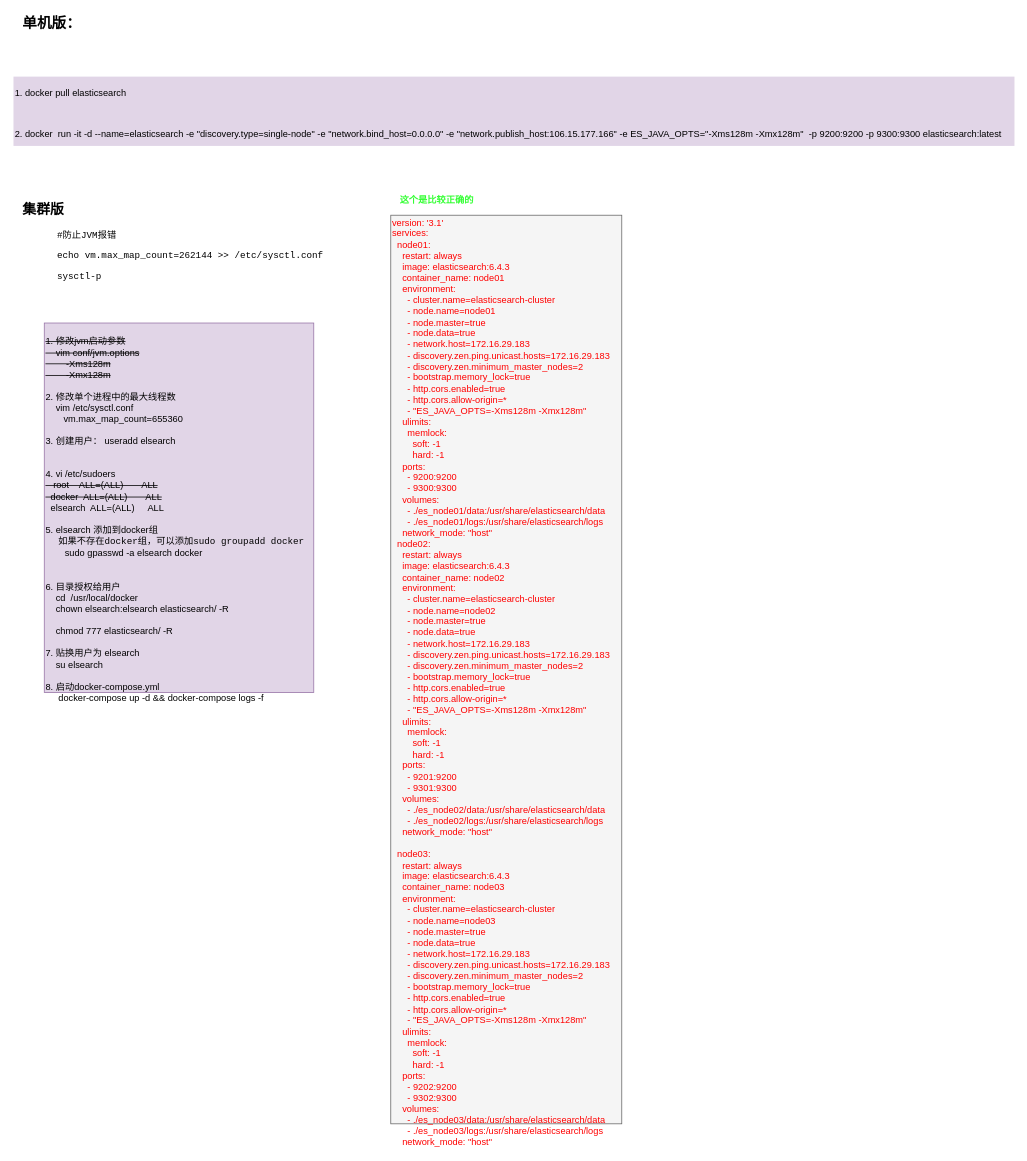
Earlier version of the draw.io diagram page "ELK" (3 of 5) of CI/CI/CDdrawio.drawio (liudongdong0909/draw). Source tidied: cells renumbered, new cells numbered last; positions are measured from the earlier drawing's top-left corner, leaving out a move shared by most shapes. Both pictures are drawn from the tidied source at 77%, with x=0, y=0 at pixel (13, 13).
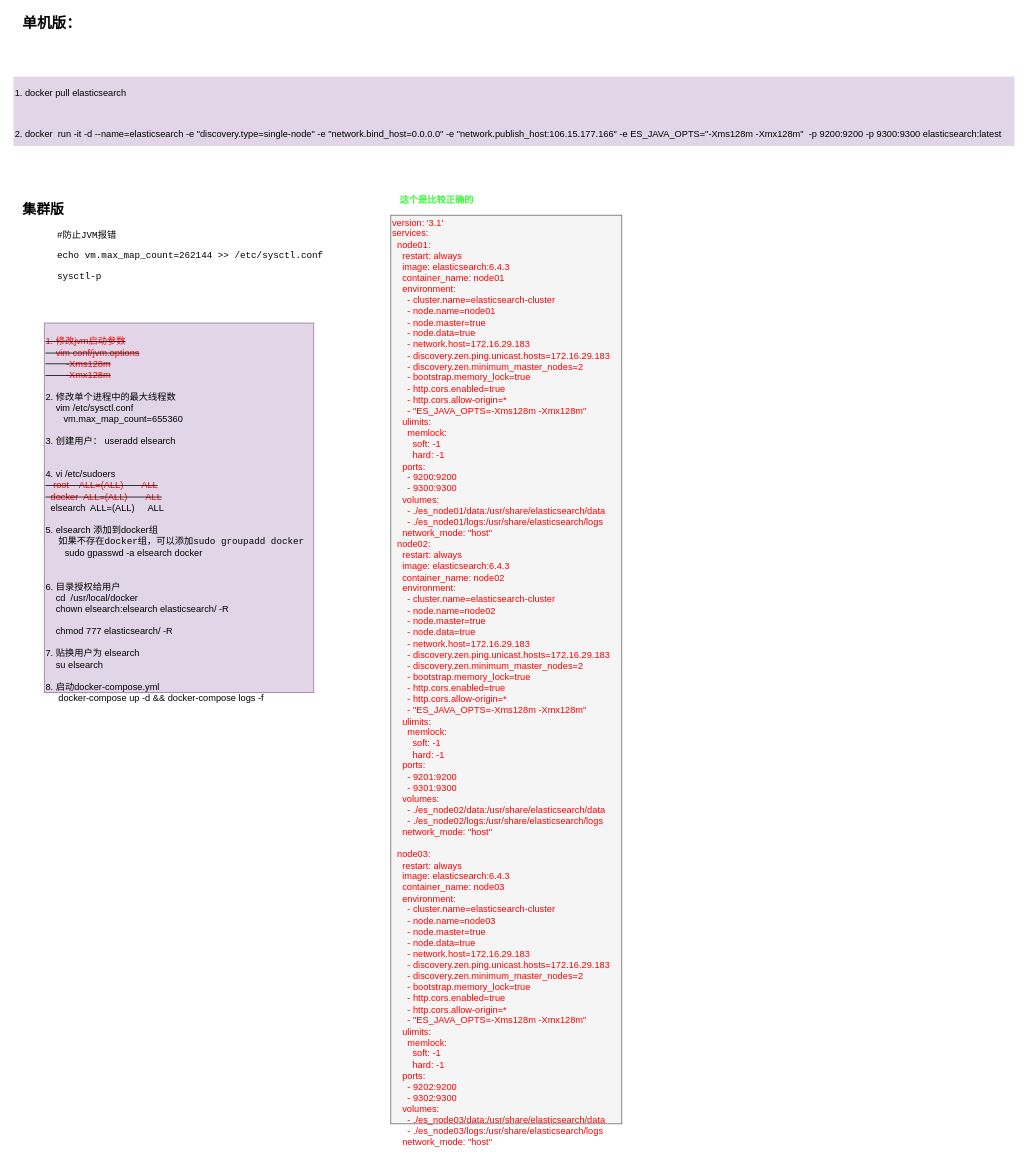
The same page after the edit.

What changed in the source:
```diff
@@
 <mxGraphModel>
   <root>
     <mxCell id="0" />
     <mxCell id="1" parent="0" />
     <mxCell id="2" value="&lt;b&gt;&lt;font style=&quot;font-size: 19px&quot;&gt;单机版：&lt;/font&gt;&lt;/b&gt;" style="text;html=1;align=left;verticalAlign=top;spacingTop=-4;" parent="1" vertex="1">
       <mxGeometry x="10" width="90" height="20" as="geometry" />
     </mxCell>
     <mxCell id="3" value="&lt;div title=&quot;Page 6&quot;&gt;&lt;p&gt;&lt;span&gt;&lt;font&gt;1. docker pull elasticsearch&lt;/font&gt;&lt;/span&gt;&lt;/p&gt;&lt;p&gt;&lt;span&gt;&lt;font&gt;&lt;br&gt;&lt;/font&gt;&lt;/span&gt;&lt;/p&gt;&lt;p&gt;&lt;font&gt;&lt;span&gt;2.&amp;nbsp;&lt;/span&gt;&lt;/font&gt;&lt;span&gt;docker&amp;nbsp; run -it -d --name=elasticsearch -e &quot;discovery.type=single-node&quot; -e &quot;network.bind_host=0.0.0.0&quot; -e &quot;network.publish_host:106.15.177.166&quot; -e&amp;nbsp;&lt;/span&gt;&lt;span&gt;ES_JAVA_OPTS=&lt;/span&gt;&lt;span&gt;&quot;-Xms128m -Xmx128m&quot;&lt;/span&gt;&lt;span&gt;&amp;nbsp;&amp;nbsp;-p 9200:9200 -p 9300:9300 elasticsearch:latest&lt;/span&gt;&lt;/p&gt;&lt;/div&gt;" style="text;html=1;align=left;verticalAlign=top;spacingTop=-4;strokeColor=none;fillColor=#E1D5E7;fontColor=#000000;" parent="1" vertex="1">
       <mxGeometry y="82" width="1300" height="90" as="geometry" />
     </mxCell>
     <mxCell id="4" value="&lt;b&gt;&lt;font style=&quot;font-size: 18px&quot;&gt;集群版&lt;/font&gt;&lt;/b&gt;" style="text;html=1;align=left;verticalAlign=top;spacingTop=-4;fontColor=#000000;" parent="1" vertex="1">
       <mxGeometry x="10" y="242" width="70" height="20" as="geometry" />
     </mxCell>
     <mxCell id="5" value="&lt;pre&gt;&lt;code&gt;&lt;span&gt;#防止JVM报错&lt;/span&gt;&lt;/code&gt;&lt;/pre&gt;&lt;pre&gt;&lt;code&gt;&lt;span&gt;echo &lt;/span&gt;&lt;span&gt;vm.max_map_count=262144 &amp;gt;&amp;gt; /etc/sysctl.conf&lt;/span&gt;&lt;/code&gt;&lt;/pre&gt;&lt;pre&gt;&lt;code&gt;&lt;span&gt;sysctl&lt;/span&gt;&lt;span&gt;-p&lt;/span&gt;&lt;/code&gt;&lt;/pre&gt;" style="text;html=1;align=left;verticalAlign=top;spacingTop=-4;fontColor=#000000;" parent="1" vertex="1">
       <mxGeometry x="55" y="267" width="360" height="90" as="geometry" />
     </mxCell>
     <mxCell id="6" value="&lt;div&gt;&lt;font color=&quot;#ff0000&quot;&gt;version: '3.1'&lt;/font&gt;&lt;/div&gt;&lt;div&gt;&lt;font color=&quot;#ff0000&quot;&gt;services:&lt;/font&gt;&lt;/div&gt;&lt;div&gt;&lt;font color=&quot;#ff0000&quot;&gt;&amp;nbsp; node01:&lt;/font&gt;&lt;/div&gt;&lt;div&gt;&lt;font color=&quot;#ff0000&quot;&gt;&amp;nbsp; &amp;nbsp; restart: always&lt;/font&gt;&lt;/div&gt;&lt;div&gt;&lt;font color=&quot;#ff0000&quot;&gt;&amp;nbsp; &amp;nbsp; image: elasticsearch:6.4.3&lt;/font&gt;&lt;/div&gt;&lt;div&gt;&lt;font color=&quot;#ff0000&quot;&gt;&amp;nbsp; &amp;nbsp; container_name: node01&lt;/font&gt;&lt;/div&gt;&lt;div&gt;&lt;font color=&quot;#ff0000&quot;&gt;&amp;nbsp; &amp;nbsp; environment:&lt;/font&gt;&lt;/div&gt;&lt;div&gt;&lt;font color=&quot;#ff0000&quot;&gt;&amp;nbsp; &amp;nbsp; &amp;nbsp; - cluster.name=elasticsearch-cluster&lt;/font&gt;&lt;/div&gt;&lt;div&gt;&lt;font color=&quot;#ff0000&quot;&gt;&amp;nbsp; &amp;nbsp; &amp;nbsp; - node.name=node01&lt;/font&gt;&lt;/div&gt;&lt;div&gt;&lt;font color=&quot;#ff0000&quot;&gt;&amp;nbsp; &amp;nbsp; &amp;nbsp; - node.master=true&lt;/font&gt;&lt;/div&gt;&lt;div&gt;&lt;font color=&quot;#ff0000&quot;&gt;&amp;nbsp; &amp;nbsp; &amp;nbsp; - node.data=true&lt;/font&gt;&lt;/div&gt;&lt;div&gt;&lt;font color=&quot;#ff0000&quot;&gt;&amp;nbsp; &amp;nbsp; &amp;nbsp; - network.host=172.16.29.183&lt;/font&gt;&lt;/div&gt;&lt;div&gt;&lt;font color=&quot;#ff0000&quot;&gt;&amp;nbsp; &amp;nbsp; &amp;nbsp; - discovery.zen.ping.unicast.hosts=172.16.29.183&lt;/font&gt;&lt;/div&gt;&lt;div&gt;&lt;font color=&quot;#ff0000&quot;&gt;&amp;nbsp; &amp;nbsp; &amp;nbsp; - discovery.zen.minimum_master_nodes=2&lt;/font&gt;&lt;/div&gt;&lt;div&gt;&lt;font color=&quot;#ff0000&quot;&gt;&amp;nbsp; &amp;nbsp; &amp;nbsp; - bootstrap.memory_lock=true&lt;/font&gt;&lt;/div&gt;&lt;div&gt;&lt;font color=&quot;#ff0000&quot;&gt;&amp;nbsp; &amp;nbsp; &amp;nbsp; - http.cors.enabled=true&lt;/font&gt;&lt;/div&gt;&lt;div&gt;&lt;font color=&quot;#ff0000&quot;&gt;&amp;nbsp; &amp;nbsp; &amp;nbsp; - http.cors.allow-origin=*&lt;/font&gt;&lt;/div&gt;&lt;div&gt;&lt;font color=&quot;#ff0000&quot;&gt;&amp;nbsp; &amp;nbsp; &amp;nbsp; - &quot;ES_JAVA_OPTS=-Xms128m -Xmx128m&quot;&lt;/font&gt;&lt;/div&gt;&lt;div&gt;&lt;font color=&quot;#ff0000&quot;&gt;&amp;nbsp; &amp;nbsp; ulimits:&lt;/font&gt;&lt;/div&gt;&lt;div&gt;&lt;font color=&quot;#ff0000&quot;&gt;&amp;nbsp; &amp;nbsp; &amp;nbsp; memlock:&lt;/font&gt;&lt;/div&gt;&lt;div&gt;&lt;font color=&quot;#ff0000&quot;&gt;&amp;nbsp; &amp;nbsp; &amp;nbsp; &amp;nbsp; soft: -1&lt;/font&gt;&lt;/div&gt;&lt;div&gt;&lt;font color=&quot;#ff0000&quot;&gt;&amp;nbsp; &amp;nbsp; &amp;nbsp; &amp;nbsp; hard: -1&lt;/font&gt;&lt;/div&gt;&lt;div&gt;&lt;font color=&quot;#ff0000&quot;&gt;&amp;nbsp; &amp;nbsp; ports:&lt;/font&gt;&lt;/div&gt;&lt;div&gt;&lt;font color=&quot;#ff0000&quot;&gt;&amp;nbsp; &amp;nbsp; &amp;nbsp; - 9200:9200&lt;/font&gt;&lt;/div&gt;&lt;div&gt;&lt;font color=&quot;#ff0000&quot;&gt;&amp;nbsp; &amp;nbsp; &amp;nbsp; - 9300:9300&lt;/font&gt;&lt;/div&gt;&lt;div&gt;&lt;font color=&quot;#ff0000&quot;&gt;&amp;nbsp; &amp;nbsp; volumes:&lt;/font&gt;&lt;/div&gt;&lt;div&gt;&lt;font color=&quot;#ff0000&quot;&gt;&amp;nbsp; &amp;nbsp; &amp;nbsp; - ./es_node01/data:/usr/share/elasticsearch/data&lt;/font&gt;&lt;/div&gt;&lt;div&gt;&lt;font color=&quot;#ff0000&quot;&gt;&amp;nbsp; &amp;nbsp; &amp;nbsp; - ./es_node01/logs:/usr/share/elasticsearch/logs&amp;nbsp; &amp;nbsp;&amp;nbsp;&lt;/font&gt;&lt;/div&gt;&lt;div&gt;&lt;font color=&quot;#ff0000&quot;&gt;&amp;nbsp; &amp;nbsp; network_mode: &quot;host&quot;&lt;/font&gt;&lt;/div&gt;&lt;div&gt;&lt;font color=&quot;#ff0000&quot;&gt;&amp;nbsp; node02:&lt;/font&gt;&lt;/div&gt;&lt;div&gt;&lt;font color=&quot;#ff0000&quot;&gt;&amp;nbsp; &amp;nbsp; restart: always&lt;/font&gt;&lt;/div&gt;&lt;div&gt;&lt;font color=&quot;#ff0000&quot;&gt;&amp;nbsp; &amp;nbsp; image: elasticsearch:6.4.3&lt;/font&gt;&lt;/div&gt;&lt;div&gt;&lt;font color=&quot;#ff0000&quot;&gt;&amp;nbsp; &amp;nbsp; container_name: node02&lt;/font&gt;&lt;/div&gt;&lt;div&gt;&lt;font color=&quot;#ff0000&quot;&gt;&amp;nbsp; &amp;nbsp; environment:&lt;/font&gt;&lt;/div&gt;&lt;div&gt;&lt;font color=&quot;#ff0000&quot;&gt;&amp;nbsp; &amp;nbsp; &amp;nbsp; - cluster.name=elasticsearch-cluster&lt;/font&gt;&lt;/div&gt;&lt;div&gt;&lt;font color=&quot;#ff0000&quot;&gt;&amp;nbsp; &amp;nbsp; &amp;nbsp; - node.name=node02&lt;/font&gt;&lt;/div&gt;&lt;div&gt;&lt;font color=&quot;#ff0000&quot;&gt;&amp;nbsp; &amp;nbsp; &amp;nbsp; - node.master=true&lt;/font&gt;&lt;/div&gt;&lt;div&gt;&lt;font color=&quot;#ff0000&quot;&gt;&amp;nbsp; &amp;nbsp; &amp;nbsp; - node.data=true&lt;/font&gt;&lt;/div&gt;&lt;div&gt;&lt;font color=&quot;#ff0000&quot;&gt;&amp;nbsp; &amp;nbsp; &amp;nbsp; - network.host=172.16.29.183&lt;/font&gt;&lt;/div&gt;&lt;div&gt;&lt;font color=&quot;#ff0000&quot;&gt;&amp;nbsp; &amp;nbsp; &amp;nbsp; - discovery.zen.ping.unicast.hosts=172.16.29.183&lt;/font&gt;&lt;/div&gt;&lt;div&gt;&lt;font color=&quot;#ff0000&quot;&gt;&amp;nbsp; &amp;nbsp; &amp;nbsp; - discovery.zen.minimum_master_nodes=2&lt;/font&gt;&lt;/div&gt;&lt;div&gt;&lt;font color=&quot;#ff0000&quot;&gt;&amp;nbsp; &amp;nbsp; &amp;nbsp; - bootstrap.memory_lock=true&lt;/font&gt;&lt;/div&gt;&lt;div&gt;&lt;font color=&quot;#ff0000&quot;&gt;&amp;nbsp; &amp;nbsp; &amp;nbsp; - http.cors.enabled=true&lt;/font&gt;&lt;/div&gt;&lt;div&gt;&lt;font color=&quot;#ff0000&quot;&gt;&amp;nbsp; &amp;nbsp; &amp;nbsp; - http.cors.allow-origin=*&lt;/font&gt;&lt;/div&gt;&lt;div&gt;&lt;font color=&quot;#ff0000&quot;&gt;&amp;nbsp; &amp;nbsp; &amp;nbsp; - &quot;ES_JAVA_OPTS=-Xms128m -Xmx128m&quot;&lt;/font&gt;&lt;/div&gt;&lt;div&gt;&lt;font color=&quot;#ff0000&quot;&gt;&amp;nbsp; &amp;nbsp; ulimits:&lt;/font&gt;&lt;/div&gt;&lt;div&gt;&lt;font color=&quot;#ff0000&quot;&gt;&amp;nbsp; &amp;nbsp; &amp;nbsp; memlock:&lt;/font&gt;&lt;/div&gt;&lt;div&gt;&lt;font color=&quot;#ff0000&quot;&gt;&amp;nbsp; &amp;nbsp; &amp;nbsp; &amp;nbsp; soft: -1&lt;/font&gt;&lt;/div&gt;&lt;div&gt;&lt;font color=&quot;#ff0000&quot;&gt;&amp;nbsp; &amp;nbsp; &amp;nbsp; &amp;nbsp; hard: -1&lt;/font&gt;&lt;/div&gt;&lt;div&gt;&lt;font color=&quot;#ff0000&quot;&gt;&amp;nbsp; &amp;nbsp; ports:&lt;/font&gt;&lt;/div&gt;&lt;div&gt;&lt;font color=&quot;#ff0000&quot;&gt;&amp;nbsp; &amp;nbsp; &amp;nbsp; - 9201:9200&lt;/font&gt;&lt;/div&gt;&lt;div&gt;&lt;font color=&quot;#ff0000&quot;&gt;&amp;nbsp; &amp;nbsp; &amp;nbsp; - 9301:9300&lt;/font&gt;&lt;/div&gt;&lt;div&gt;&lt;font color=&quot;#ff0000&quot;&gt;&amp;nbsp; &amp;nbsp; volumes:&lt;/font&gt;&lt;/div&gt;&lt;div&gt;&lt;font color=&quot;#ff0000&quot;&gt;&amp;nbsp; &amp;nbsp; &amp;nbsp; - ./es_node02/data:/usr/share/elasticsearch/data&lt;/font&gt;&lt;/div&gt;&lt;div&gt;&lt;font color=&quot;#ff0000&quot;&gt;&amp;nbsp; &amp;nbsp; &amp;nbsp; - ./es_node02/logs:/usr/share/elasticsearch/logs&amp;nbsp; &amp;nbsp;&amp;nbsp;&lt;/font&gt;&lt;/div&gt;&lt;div&gt;&lt;font color=&quot;#ff0000&quot;&gt;&amp;nbsp; &amp;nbsp; network_mode: &quot;host&quot;&lt;/font&gt;&lt;/div&gt;&lt;div&gt;&lt;font color=&quot;#ff0000&quot;&gt;&lt;br&gt;&lt;/font&gt;&lt;/div&gt;&lt;div&gt;&lt;font color=&quot;#ff0000&quot;&gt;&amp;nbsp; node03:&lt;/font&gt;&lt;/div&gt;&lt;div&gt;&lt;font color=&quot;#ff0000&quot;&gt;&amp;nbsp; &amp;nbsp; restart: always&lt;/font&gt;&lt;/div&gt;&lt;div&gt;&lt;font color=&quot;#ff0000&quot;&gt;&amp;nbsp; &amp;nbsp; image: elasticsearch:6.4.3&lt;/font&gt;&lt;/div&gt;&lt;div&gt;&lt;font color=&quot;#ff0000&quot;&gt;&amp;nbsp; &amp;nbsp; container_name: node03&lt;/font&gt;&lt;/div&gt;&lt;div&gt;&lt;font color=&quot;#ff0000&quot;&gt;&amp;nbsp; &amp;nbsp; environment:&lt;/font&gt;&lt;/div&gt;&lt;div&gt;&lt;font color=&quot;#ff0000&quot;&gt;&amp;nbsp; &amp;nbsp; &amp;nbsp; - cluster.name=elasticsearch-cluster&lt;/font&gt;&lt;/div&gt;&lt;div&gt;&lt;font color=&quot;#ff0000&quot;&gt;&amp;nbsp; &amp;nbsp; &amp;nbsp; - node.name=node03&lt;/font&gt;&lt;/div&gt;&lt;div&gt;&lt;font color=&quot;#ff0000&quot;&gt;&amp;nbsp; &amp;nbsp; &amp;nbsp; - node.master=true&lt;/font&gt;&lt;/div&gt;&lt;div&gt;&lt;font color=&quot;#ff0000&quot;&gt;&amp;nbsp; &amp;nbsp; &amp;nbsp; - node.data=true&lt;/font&gt;&lt;/div&gt;&lt;div&gt;&lt;font color=&quot;#ff0000&quot;&gt;&amp;nbsp; &amp;nbsp; &amp;nbsp; - network.host=172.16.29.183&lt;/font&gt;&lt;/div&gt;&lt;div&gt;&lt;font color=&quot;#ff0000&quot;&gt;&amp;nbsp; &amp;nbsp; &amp;nbsp; - discovery.zen.ping.unicast.hosts=172.16.29.183&lt;/font&gt;&lt;/div&gt;&lt;div&gt;&lt;font color=&quot;#ff0000&quot;&gt;&amp;nbsp; &amp;nbsp; &amp;nbsp; - discovery.zen.minimum_master_nodes=2&lt;/font&gt;&lt;/div&gt;&lt;div&gt;&lt;font color=&quot;#ff0000&quot;&gt;&amp;nbsp; &amp;nbsp; &amp;nbsp; - bootstrap.memory_lock=true&lt;/font&gt;&lt;/div&gt;&lt;div&gt;&lt;font color=&quot;#ff0000&quot;&gt;&amp;nbsp; &amp;nbsp; &amp;nbsp; - http.cors.enabled=true&lt;/font&gt;&lt;/div&gt;&lt;div&gt;&lt;font color=&quot;#ff0000&quot;&gt;&amp;nbsp; &amp;nbsp; &amp;nbsp; - http.cors.allow-origin=*&lt;/font&gt;&lt;/div&gt;&lt;div&gt;&lt;font color=&quot;#ff0000&quot;&gt;&amp;nbsp; &amp;nbsp; &amp;nbsp; - &quot;ES_JAVA_OPTS=-Xms128m -Xmx128m&quot;&lt;/font&gt;&lt;/div&gt;&lt;div&gt;&lt;font color=&quot;#ff0000&quot;&gt;&amp;nbsp; &amp;nbsp; ulimits:&lt;/font&gt;&lt;/div&gt;&lt;div&gt;&lt;font color=&quot;#ff0000&quot;&gt;&amp;nbsp; &amp;nbsp; &amp;nbsp; memlock:&lt;/font&gt;&lt;/div&gt;&lt;div&gt;&lt;font color=&quot;#ff0000&quot;&gt;&amp;nbsp; &amp;nbsp; &amp;nbsp; &amp;nbsp; soft: -1&lt;/font&gt;&lt;/div&gt;&lt;div&gt;&lt;font color=&quot;#ff0000&quot;&gt;&amp;nbsp; &amp;nbsp; &amp;nbsp; &amp;nbsp; hard: -1&lt;/font&gt;&lt;/div&gt;&lt;div&gt;&lt;font color=&quot;#ff0000&quot;&gt;&amp;nbsp; &amp;nbsp; ports:&lt;/font&gt;&lt;/div&gt;&lt;div&gt;&lt;font color=&quot;#ff0000&quot;&gt;&amp;nbsp; &amp;nbsp; &amp;nbsp; - 9202:9200&lt;/font&gt;&lt;/div&gt;&lt;div&gt;&lt;font color=&quot;#ff0000&quot;&gt;&amp;nbsp; &amp;nbsp; &amp;nbsp; - 9302:9300&lt;/font&gt;&lt;/div&gt;&lt;div&gt;&lt;font color=&quot;#ff0000&quot;&gt;&amp;nbsp; &amp;nbsp; volumes:&lt;/font&gt;&lt;/div&gt;&lt;div&gt;&lt;font color=&quot;#ff0000&quot;&gt;&amp;nbsp; &amp;nbsp; &amp;nbsp; - ./es_node03/data:/usr/share/elasticsearch/data&lt;/font&gt;&lt;/div&gt;&lt;div&gt;&lt;font color=&quot;#ff0000&quot;&gt;&amp;nbsp; &amp;nbsp; &amp;nbsp; - ./es_node03/logs:/usr/share/elasticsearch/logs&amp;nbsp; &amp;nbsp;&amp;nbsp;&lt;/font&gt;&lt;/div&gt;&lt;div&gt;&lt;font color=&quot;#ff0000&quot;&gt;&amp;nbsp; &amp;nbsp; network_mode: &quot;host&quot;&lt;/font&gt;&lt;/div&gt;" style="text;html=1;align=left;verticalAlign=top;spacingTop=-4;fillColor=#f5f5f5;strokeColor=#666666;fontColor=#333333;" parent="1" vertex="1">
       <mxGeometry x="490" y="262" width="300" height="1180" as="geometry" />
     </mxCell>
     <mxCell id="7" value="&lt;b&gt;&lt;font color=&quot;#33ff33&quot;&gt;这个是比较正确的&lt;/font&gt;&lt;/b&gt;" style="text;html=1;align=left;verticalAlign=top;spacingTop=-4;" parent="1" vertex="1">
       <mxGeometry x="500" y="232" width="110" height="20" as="geometry" />
     </mxCell>
-    <mxCell id="8" value="&lt;div&gt;&lt;br&gt;&lt;/div&gt;&lt;div&gt;&lt;strike&gt;1. 修改jvm启动参数&lt;/strike&gt;&lt;/div&gt;&lt;div&gt;&lt;strike&gt;&amp;nbsp; &amp;nbsp; vim conf/jvm.options&lt;/strike&gt;&lt;/div&gt;&lt;div&gt;&lt;strike&gt;&amp;nbsp; &amp;nbsp; &amp;nbsp; &amp;nbsp; -Xms128m&lt;/strike&gt;&lt;/div&gt;&lt;div&gt;&lt;strike&gt;&amp;nbsp; &amp;nbsp; &amp;nbsp; &amp;nbsp; -Xmx128m&lt;/strike&gt;&lt;/div&gt;&lt;div&gt;&lt;br&gt;&lt;/div&gt;&lt;div&gt;2. 修改单个进程中的最大线程数&lt;/div&gt;&lt;div&gt;&amp;nbsp; &amp;nbsp; vim /etc/sysctl.conf&lt;/div&gt;&lt;div&gt;&amp;nbsp; &amp;nbsp; &amp;nbsp; &amp;nbsp;vm.max_map_count=655360&lt;/div&gt;&lt;div&gt;&lt;br&gt;&lt;/div&gt;&lt;div&gt;&lt;div&gt;3. 创建用户： useradd elsearch&lt;/div&gt;&lt;div&gt;&lt;br&gt;&lt;/div&gt;&lt;div&gt;&lt;br&gt;&lt;/div&gt;&lt;div&gt;4. vi /etc/sudoers&lt;/div&gt;&lt;div&gt;&lt;div&gt;&lt;strike&gt;&amp;nbsp; &amp;nbsp;root&amp;nbsp; &amp;nbsp; ALL=(ALL)&amp;nbsp; &amp;nbsp; &amp;nbsp; &amp;nbsp;ALL&lt;/strike&gt;&lt;/div&gt;&lt;div&gt;&lt;strike&gt;&amp;nbsp; docker&amp;nbsp; ALL=(ALL)&amp;nbsp; &amp;nbsp; &amp;nbsp; &amp;nbsp;ALL&lt;/strike&gt;&lt;/div&gt;&lt;div&gt;&amp;nbsp; elsearch&amp;nbsp; ALL=(ALL)&amp;nbsp; &amp;nbsp; &amp;nbsp;ALL&lt;/div&gt;&lt;/div&gt;&lt;div&gt;&lt;br&gt;&lt;/div&gt;&lt;div&gt;5. elsearch 添加到docker组&lt;/div&gt;&lt;div&gt;&amp;nbsp; &amp;nbsp; &amp;nbsp;&lt;span&gt;如果不存在&lt;/span&gt;&lt;code&gt;docker&lt;/code&gt;&lt;span&gt;组，可以添加&lt;/span&gt;&lt;code&gt;sudo groupadd docker&lt;/code&gt;&lt;/div&gt;&lt;div&gt;&lt;code&gt;&amp;nbsp; &amp;nbsp;&lt;/code&gt;&lt;span&gt;&amp;nbsp;sudo gpasswd -a elsearch docker&lt;/span&gt;&lt;/div&gt;&lt;div&gt;&lt;br&gt;&lt;/div&gt;&lt;div&gt;&lt;br&gt;&lt;/div&gt;&lt;div&gt;6. 目录授权给用户&lt;/div&gt;&amp;nbsp; &amp;nbsp; cd&amp;nbsp; /usr/local/docker&lt;div&gt;&amp;nbsp; &amp;nbsp; chown elsearch:elsearch elasticsearch/ -R&lt;br&gt;&lt;/div&gt;&lt;/div&gt;&lt;div&gt;&lt;br&gt;&lt;/div&gt;&lt;div&gt;&amp;nbsp; &amp;nbsp; chmod 777 elasticsearch/ -R&lt;/div&gt;&lt;div&gt;&lt;br&gt;&lt;/div&gt;&lt;div&gt;7. 贴换用户为 elsearch&lt;/div&gt;&lt;div&gt;&amp;nbsp; &amp;nbsp;&amp;nbsp;su elsearch&lt;/div&gt;&lt;div&gt;&lt;br&gt;&lt;/div&gt;&lt;div&gt;8. 启动docker-compose.yml&lt;/div&gt;&lt;div&gt;&amp;nbsp; &amp;nbsp; &amp;nbsp;docker-compose up -d &amp;amp;&amp;amp; docker-compose logs -f&lt;/div&gt;" style="text;html=1;align=left;verticalAlign=top;spacingTop=-4;fillColor=#e1d5e7;strokeColor=#9673a6;" parent="1" vertex="1">
+    <mxCell id="8" value="&lt;div&gt;&lt;font color=&quot;#ff0000&quot;&gt;&lt;br&gt;&lt;/font&gt;&lt;/div&gt;&lt;div&gt;&lt;strike&gt;&lt;font color=&quot;#ff0000&quot;&gt;1. 修改jvm启动参数&lt;/font&gt;&lt;/strike&gt;&lt;/div&gt;&lt;div&gt;&lt;strike&gt;&lt;font color=&quot;#ff0000&quot;&gt;&amp;nbsp; &amp;nbsp; vim conf/jvm.options&lt;/font&gt;&lt;/strike&gt;&lt;/div&gt;&lt;div&gt;&lt;strike&gt;&lt;font color=&quot;#ff0000&quot;&gt;&amp;nbsp; &amp;nbsp; &amp;nbsp; &amp;nbsp; -Xms128m&lt;/font&gt;&lt;/strike&gt;&lt;/div&gt;&lt;div&gt;&lt;strike&gt;&lt;font color=&quot;#ff0000&quot;&gt;&amp;nbsp; &amp;nbsp; &amp;nbsp; &amp;nbsp; -Xmx128m&lt;/font&gt;&lt;/strike&gt;&lt;/div&gt;&lt;div&gt;&lt;br&gt;&lt;/div&gt;&lt;div&gt;2. 修改单个进程中的最大线程数&lt;/div&gt;&lt;div&gt;&amp;nbsp; &amp;nbsp; vim /etc/sysctl.conf&lt;/div&gt;&lt;div&gt;&amp;nbsp; &amp;nbsp; &amp;nbsp; &amp;nbsp;vm.max_map_count=655360&lt;/div&gt;&lt;div&gt;&lt;br&gt;&lt;/div&gt;&lt;div&gt;&lt;div&gt;3. 创建用户： useradd elsearch&lt;/div&gt;&lt;div&gt;&lt;br&gt;&lt;/div&gt;&lt;div&gt;&lt;br&gt;&lt;/div&gt;&lt;div&gt;4. vi /etc/sudoers&lt;/div&gt;&lt;div&gt;&lt;div&gt;&lt;strike&gt;&amp;nbsp;&lt;font color=&quot;#ff0000&quot;&gt; &amp;nbsp;root&amp;nbsp; &amp;nbsp; ALL=(ALL)&amp;nbsp; &amp;nbsp; &amp;nbsp; &amp;nbsp;ALL&lt;/font&gt;&lt;/strike&gt;&lt;/div&gt;&lt;div&gt;&lt;strike&gt;&lt;font color=&quot;#ff0000&quot;&gt;&amp;nbsp; docker&amp;nbsp; ALL=(ALL)&amp;nbsp; &amp;nbsp; &amp;nbsp; &amp;nbsp;ALL&lt;/font&gt;&lt;/strike&gt;&lt;/div&gt;&lt;div&gt;&amp;nbsp; elsearch&amp;nbsp; ALL=(ALL)&amp;nbsp; &amp;nbsp; &amp;nbsp;ALL&lt;/div&gt;&lt;/div&gt;&lt;div&gt;&lt;br&gt;&lt;/div&gt;&lt;div&gt;5. elsearch 添加到docker组&lt;/div&gt;&lt;div&gt;&amp;nbsp; &amp;nbsp; &amp;nbsp;&lt;span&gt;如果不存在&lt;/span&gt;&lt;code&gt;docker&lt;/code&gt;&lt;span&gt;组，可以添加&lt;/span&gt;&lt;code&gt;sudo groupadd docker&lt;/code&gt;&lt;/div&gt;&lt;div&gt;&lt;code&gt;&amp;nbsp; &amp;nbsp;&lt;/code&gt;&lt;span&gt;&amp;nbsp;sudo gpasswd -a elsearch docker&lt;/span&gt;&lt;/div&gt;&lt;div&gt;&lt;br&gt;&lt;/div&gt;&lt;div&gt;&lt;br&gt;&lt;/div&gt;&lt;div&gt;6. 目录授权给用户&lt;/div&gt;&amp;nbsp; &amp;nbsp; cd&amp;nbsp; /usr/local/docker&lt;div&gt;&amp;nbsp; &amp;nbsp; chown elsearch:elsearch elasticsearch/ -R&lt;br&gt;&lt;/div&gt;&lt;/div&gt;&lt;div&gt;&lt;br&gt;&lt;/div&gt;&lt;div&gt;&amp;nbsp; &amp;nbsp; chmod 777 elasticsearch/ -R&lt;/div&gt;&lt;div&gt;&lt;br&gt;&lt;/div&gt;&lt;div&gt;7. 贴换用户为 elsearch&lt;/div&gt;&lt;div&gt;&amp;nbsp; &amp;nbsp;&amp;nbsp;su elsearch&lt;/div&gt;&lt;div&gt;&lt;br&gt;&lt;/div&gt;&lt;div&gt;8. 启动docker-compose.yml&lt;/div&gt;&lt;div&gt;&amp;nbsp; &amp;nbsp; &amp;nbsp;docker-compose up -d &amp;amp;&amp;amp; docker-compose logs -f&lt;/div&gt;" style="text;html=1;align=left;verticalAlign=top;spacingTop=-4;fillColor=#e1d5e7;strokeColor=#9673a6;" parent="1" vertex="1">
       <mxGeometry x="40" y="402" width="350" height="480" as="geometry" />
     </mxCell>
   </root>
 </mxGraphModel>
```
